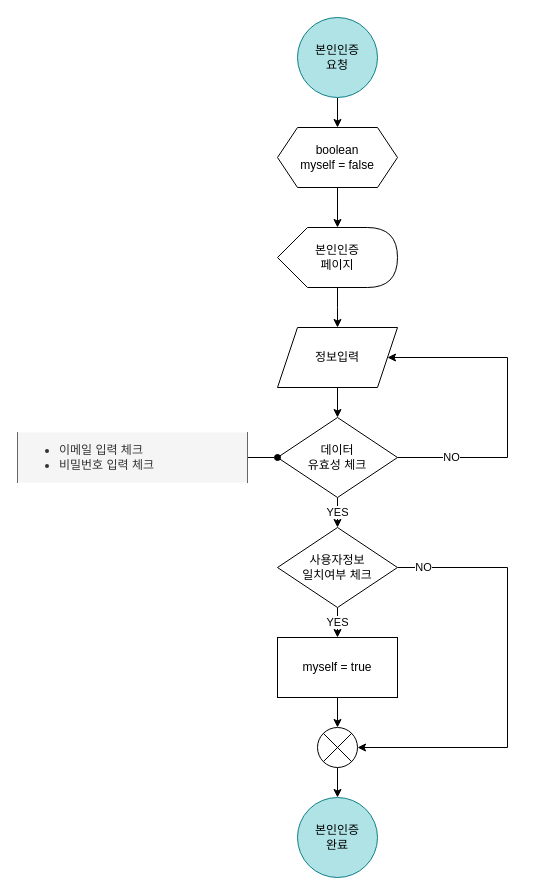
Earlier version of the draw.io diagram page "본인인증" (2 of 8) of 설계/데이터흐름도/회원 flowchart(혜진).drawio (hjkim27/TEAM_Project). Source tidied: cells renumbered, new cells numbered last; positions are measured from the earlier drawing's top-left corner, leaving out a move shared by most shapes. Both pictures are drawn from the tidied source at 100%, with x=0, y=0 at pixel (17, 17).
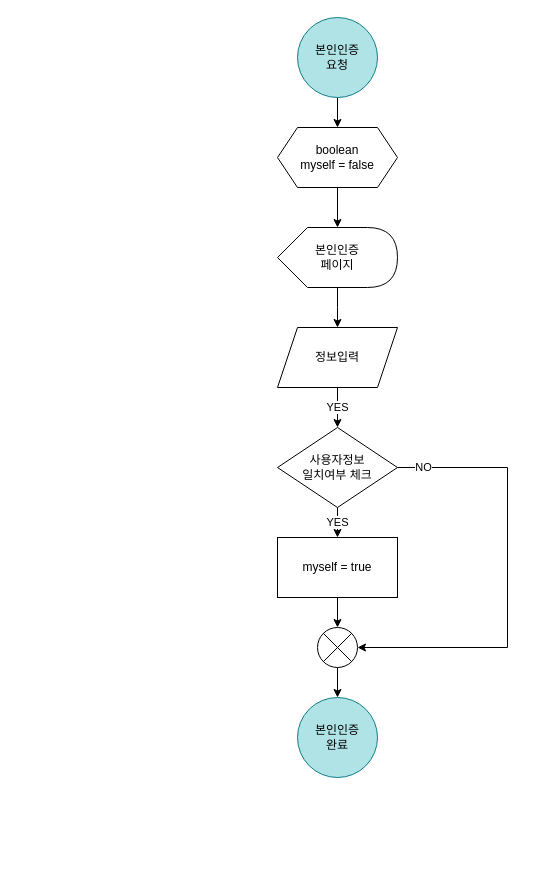
Above is the later version.

The change refers to these unchanged cells:
```xml
<mxCell id="21" value="정보입력" style="shape=parallelogram;perimeter=parallelogramPerimeter;whiteSpace=wrap;html=1;fixedSize=1;align=center;" parent="1" vertex="1">
  <mxGeometry x="260" y="310" width="120" height="60" as="geometry" />
</mxCell>
```

Change to the diagram source:
```diff
@@
-    <mxCell id="6" style="edgeStyle=orthogonalEdgeStyle;rounded=0;jettySize=auto;html=1;exitX=0.5;exitY=1;exitDx=0;exitDy=0;" parent="1" edge="1" source="21" target="9">
-      <mxGeometry relative="1" as="geometry" />
-    </mxCell>
-    <mxCell id="7" value="NO" style="edgeStyle=orthogonalEdgeStyle;rounded=0;jettySize=auto;html=1;entryX=1;entryY=0.5;entryDx=0;entryDy=0;" parent="1" edge="1" source="9" target="21">
-      <mxGeometry x="-0.67" relative="1" as="geometry">
-        <Array as="points">
-          <mxPoint x="490" y="440" />
-          <mxPoint x="490" y="340" />
-        </Array>
-      </mxGeometry>
-    </mxCell>
-    <mxCell id="8" value="YES" style="edgeStyle=orthogonalEdgeStyle;rounded=0;jettySize=auto;html=1;" parent="1" edge="1" source="9" target="12">
+    <mxCell id="8" value="YES" style="edgeStyle=orthogonalEdgeStyle;rounded=0;jettySize=auto;html=1;exitX=0.5;exitY=1;exitDx=0;exitDy=0;" parent="1" edge="1" source="21" target="12">
       <mxGeometry relative="1" as="geometry" />
     </mxCell>
-    <mxCell id="9" value="데이터&lt;br&gt;유효성 체크" style="rhombus;whiteSpace=wrap;html=1;rounded=0;strokeWidth=1;" parent="1" vertex="1">
-      <mxGeometry x="260" y="400" width="120" height="80" as="geometry" />
-    </mxCell>
@@
     <mxCell id="11" value="NO" style="edgeStyle=orthogonalEdgeStyle;rounded=0;jettySize=auto;html=1;exitX=1;exitY=0.5;exitDx=0;exitDy=0;entryX=1;entryY=0.5;entryDx=0;entryDy=0;" parent="1" edge="1" source="12" target="16">
       <mxGeometry x="-0.88" relative="1" as="geometry">
         <Array as="points">
-          <mxPoint x="490" y="550" />
-          <mxPoint x="490" y="730" />
+          <mxPoint x="490" y="450" />
+          <mxPoint x="490" y="630" />
         </Array>
       </mxGeometry>
     </mxCell>
     <mxCell id="12" value="사용자정보&lt;br&gt;일치여부 체크" style="rhombus;whiteSpace=wrap;html=1;rounded=0;strokeWidth=1;" parent="1" vertex="1">
-      <mxGeometry x="260" y="510" width="120" height="80" as="geometry" />
+      <mxGeometry x="260" y="410" width="120" height="80" as="geometry" />
     </mxCell>
@@
     <mxCell id="14" value="본인인증&lt;br&gt;완료" style="ellipse;whiteSpace=wrap;html=1;strokeWidth=1;align=center;fillColor=#b0e3e6;strokeColor=#0e8088;" parent="1" vertex="1">
-      <mxGeometry x="280" y="780" width="80" height="80" as="geometry" />
+      <mxGeometry x="280" y="680" width="80" height="80" as="geometry" />
     </mxCell>
@@
     <mxCell id="16" style="shape=sumEllipse;perimeter=ellipsePerimeter;whiteSpace=wrap;html=1;backgroundOutline=1;strokeWidth=1;align=center;" parent="1" vertex="1">
-      <mxGeometry x="300" y="710" width="40" height="40" as="geometry" />
+      <mxGeometry x="300" y="610" width="40" height="40" as="geometry" />
     </mxCell>
@@
-    <mxCell id="19" style="edgeStyle=orthogonalEdgeStyle;rounded=0;jettySize=auto;html=1;exitX=1;exitY=0.5;exitDx=0;exitDy=0;entryX=0;entryY=0.5;entryDx=0;entryDy=0;endArrow=oval;endFill=1;" parent="1" edge="1" source="20" target="9">
-      <mxGeometry relative="1" as="geometry" />
-    </mxCell>
-    <mxCell id="20" value="&lt;ul&gt;&lt;li&gt;이메일 입력 체크&lt;/li&gt;&lt;li&gt;비밀번호 입력 체크&lt;/li&gt;&lt;/ul&gt;" style="shape=partialRectangle;whiteSpace=wrap;html=1;bottom=0;top=0;fillColor=#f5f5f5;align=left;strokeColor=#666666;fontColor=#333333;" parent="1" vertex="1">
-      <mxGeometry y="415" width="230" height="50" as="geometry" />
-    </mxCell>
@@
     <mxCell id="22" value="myself = true" style="rounded=0;whiteSpace=wrap;html=1;strokeWidth=1;align=center;" parent="1" vertex="1">
-      <mxGeometry x="260" y="620" width="120" height="60" as="geometry" />
+      <mxGeometry x="260" y="520" width="120" height="60" as="geometry" />
     </mxCell>
```
